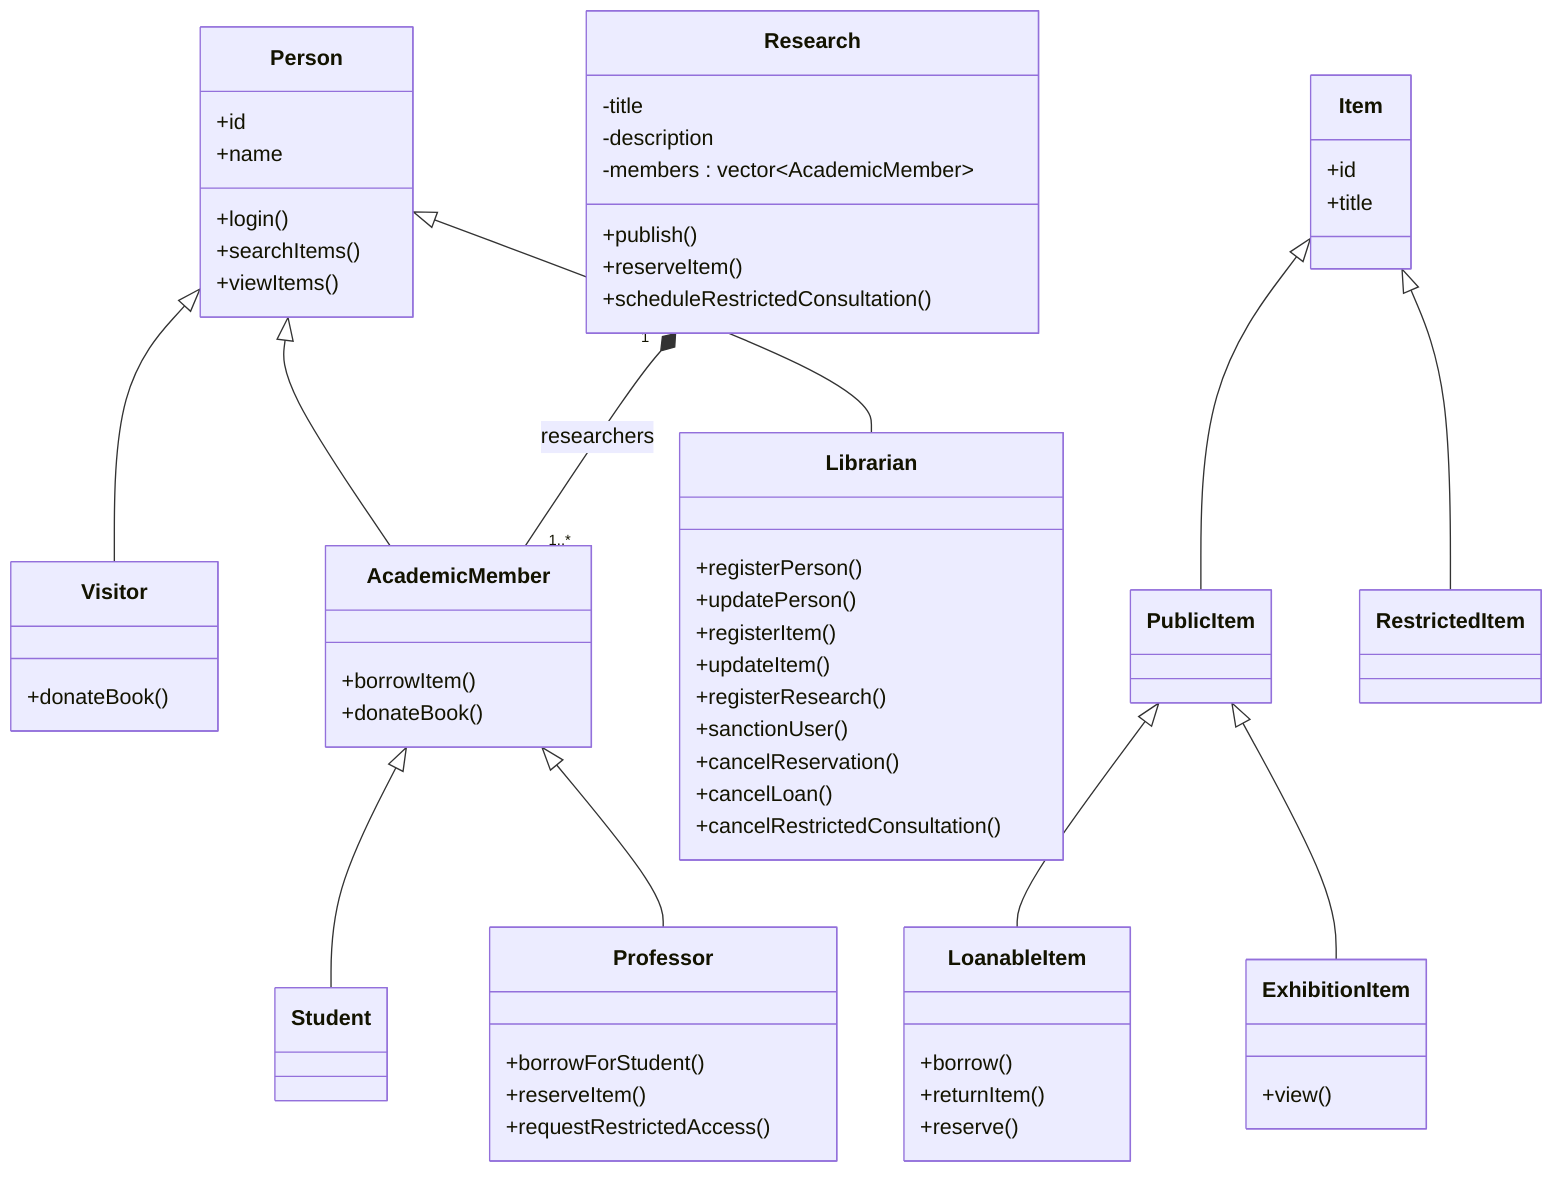
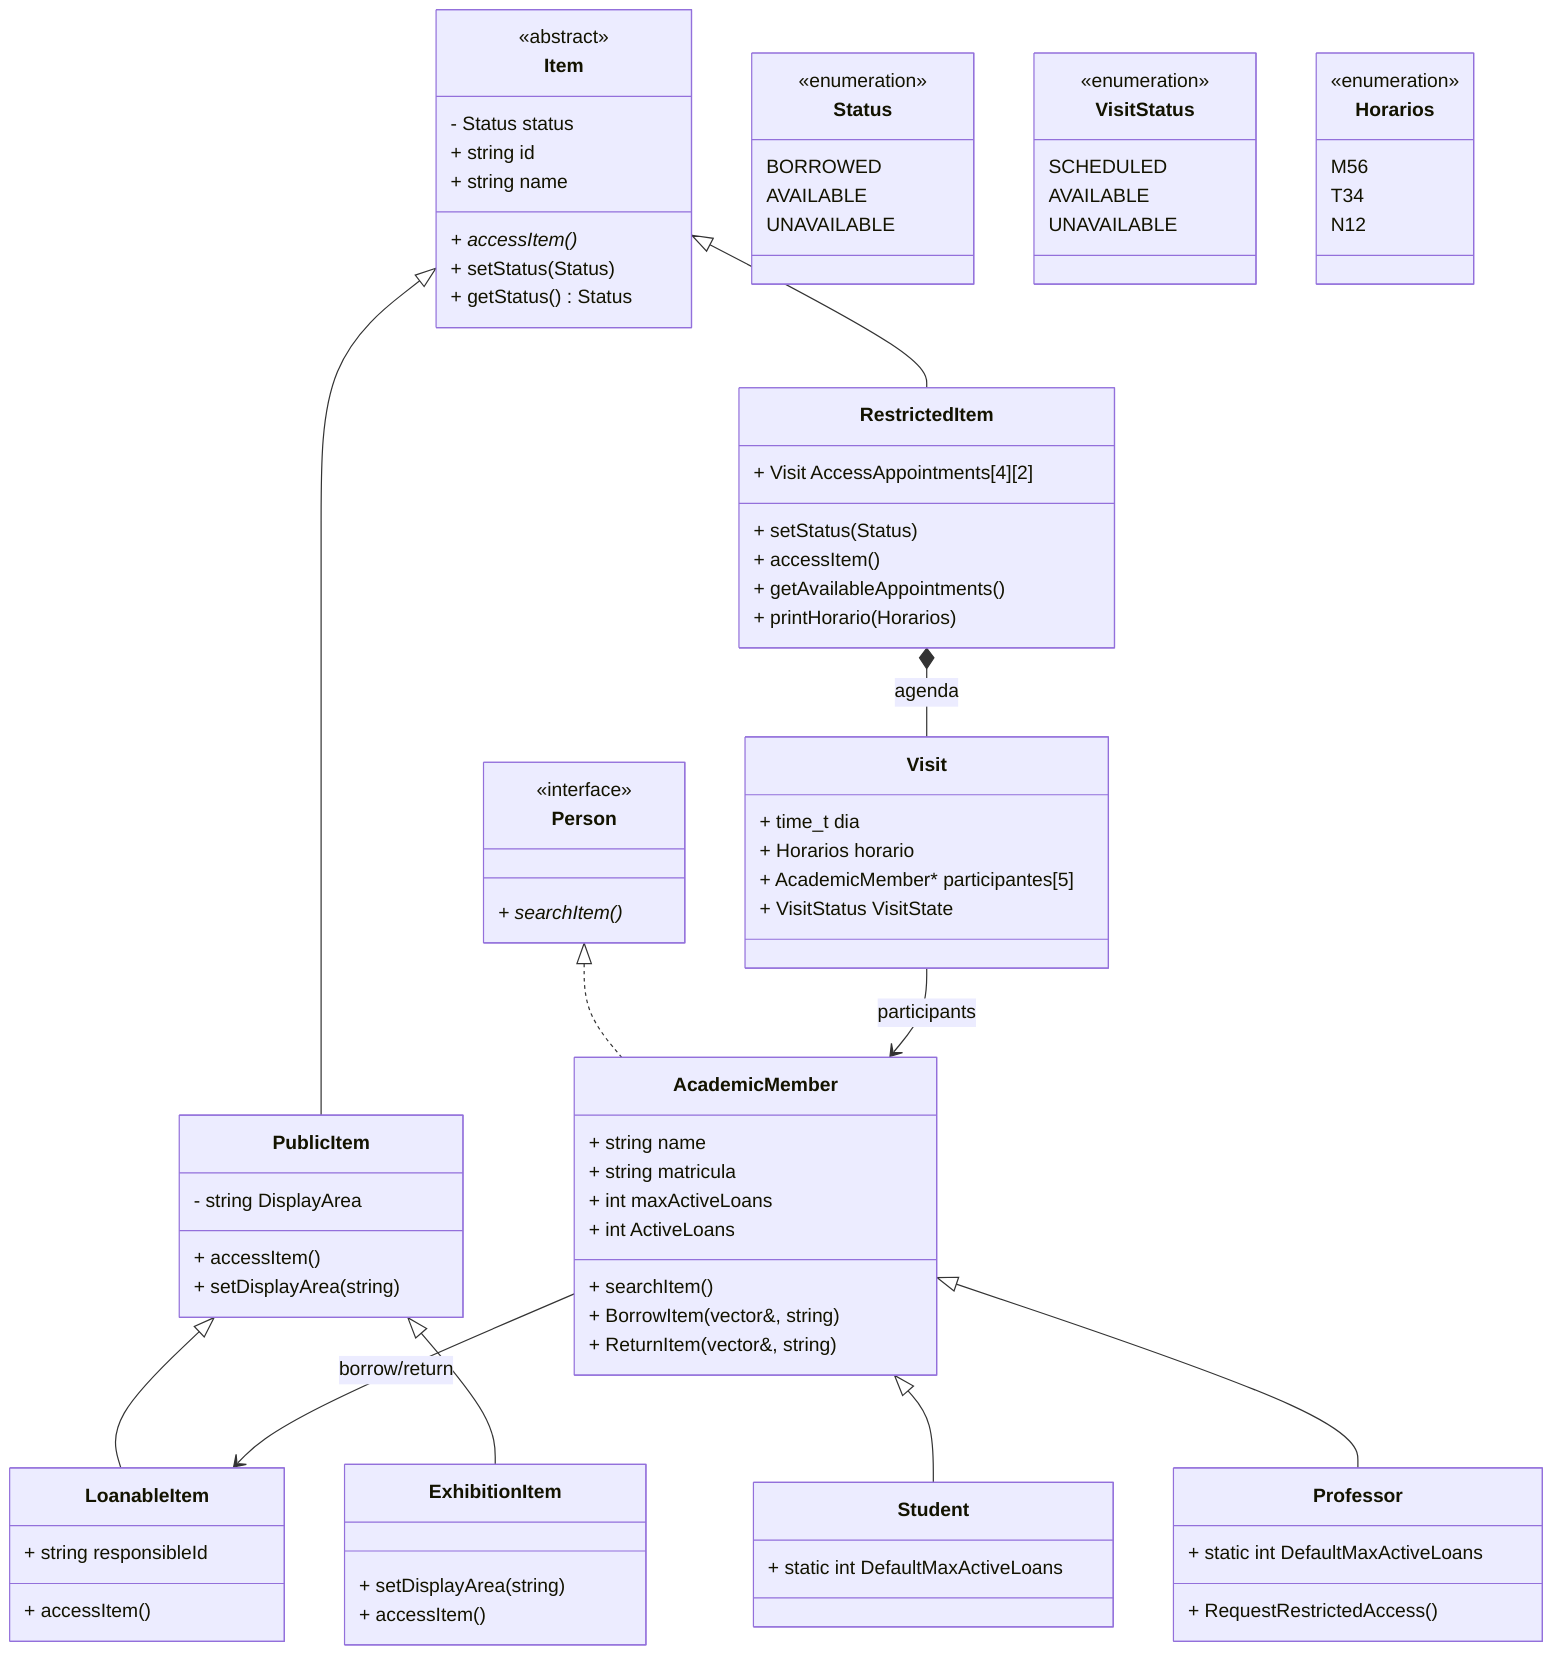
classDiagram

- %%==========================
- %% PESSOAS
- %%==========================
- 
- class Person{
-     +id
-     +name
-     +login()
-     +searchItems()
-     +viewItems()
+ class Item {
+     <<abstract>>
+     - Status status
+     + string id
+     + string name
+     + accessItem()*
+     + setStatus(Status)
+     + getStatus() Status
}

- class Visitor{
-     +donateBook()
+ class PublicItem {
+     - string DisplayArea
+     + accessItem()
+     + setDisplayArea(string)
}

- class AcademicMember{
-     +borrowItem()
-     +donateBook()
+ class LoanableItem {
+     + string responsibleId
+     + accessItem()
}

- class Student
- 
- class Professor{
-     +borrowForStudent()
-     +reserveItem()
-     +requestRestrictedAccess()
+ class ExhibitionItem {
+     + setDisplayArea(string)
+     + accessItem()
}

- class Librarian{
-     +registerPerson()
-     +updatePerson()
-     +registerItem()
-     +updateItem()
-     +registerResearch()
-     +sanctionUser()
-     +cancelReservation()
-     +cancelLoan()
-     +cancelRestrictedConsultation()
+ class RestrictedItem {
+     + Visit AccessAppointments[4][2]
+     + setStatus(Status)
+     + accessItem()
+     + getAvailableAppointments()
+     + printHorario(Horarios)
}

- Person <|-- Visitor
- Person <|-- AcademicMember
- Person <|-- Librarian
+ class Visit {
+     + time_t dia
+     + Horarios horario
+     + AcademicMember* participantes[5]
+     + VisitStatus VisitState
+ }

+ class Person {
+     <<interface>>
+     + searchItem()*
+ }
+ 
+ class AcademicMember {
+     + string name
+     + string matricula
+     + int maxActiveLoans
+     + int ActiveLoans
+     + searchItem()
+     + BorrowItem(vector<LoanableItem>&, string)
+     + ReturnItem(vector<LoanableItem>&, string)
+ }
+ 
+ class Student {
+     + static int DefaultMaxActiveLoans
+ }
+ 
+ class Professor {
+     + static int DefaultMaxActiveLoans
+     + RequestRestrictedAccess()
+ }
+ 
+ class Status {
+     <<enumeration>>
+     BORROWED
+     AVAILABLE
+     UNAVAILABLE
+ }
+ 
+ class VisitStatus {
+     <<enumeration>>
+     SCHEDULED
+     AVAILABLE
+     UNAVAILABLE
+ }
+ 
+ class Horarios {
+     <<enumeration>>
+     M56
+     T34
+     N12
+ }
+ 
+ %% HERANÇAS
+ Item <|-- PublicItem
+ PublicItem <|-- LoanableItem
+ PublicItem <|-- ExhibitionItem
+ Item <|-- RestrictedItem
+ 
+ Person <|.. AcademicMember
AcademicMember <|-- Student
AcademicMember <|-- Professor

- 
- %%==========================
- %% PESQUISA
- %%==========================
- 
- class Research{
-     -title
-     -description
-     -members : vector~AcademicMember~
-     +publish()
-     +reserveItem()
-     +scheduleRestrictedConsultation()
- }
- 
- Research "1" *-- "1..*" AcademicMember : researchers
- 
- 
- %%==========================
- %% ITENS
- %%==========================
- 
- class Item{
-     +id
-     +title
- }
- 
- class PublicItem
- 
- class RestrictedItem
- 
- class LoanableItem{
-     +borrow()
-     +returnItem()
-     +reserve()
- }
- 
- class ExhibitionItem{
-     +view()
- }
- 
- Item <|-- PublicItem
- Item <|-- RestrictedItem
- 
- PublicItem <|-- LoanableItem
- PublicItem <|-- ExhibitionItem
+ %% RELAÇÕES
+ RestrictedItem *-- Visit : agenda
+ AcademicMember --> LoanableItem : borrow/return
+ Visit --> AcademicMember : participants
